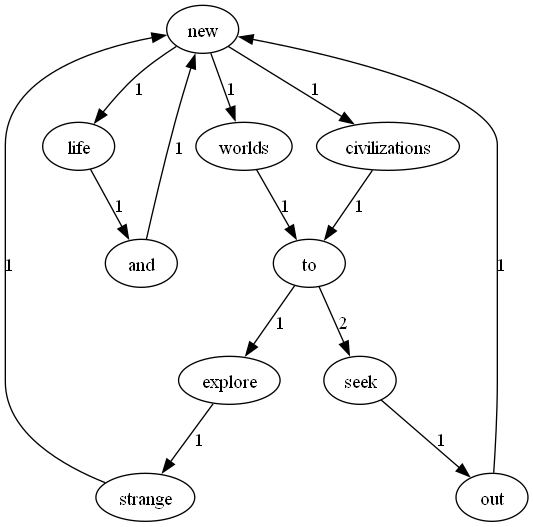
Before: code/directed_graph.png, a diagram exported from Graphviz (liuyuhangyuliu/Lab1-2021113276). Its source is kept beside it as code/directed_graph.dot.
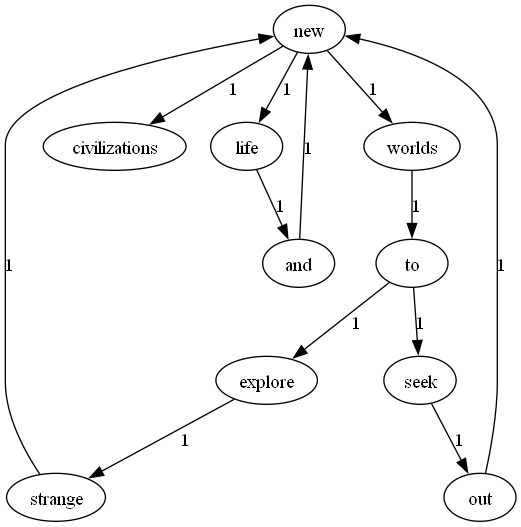
Above is the later version.

What changed in the source:
```diff
@@ -6,8 +6,7 @@
     explore -> strange [label="1"];
     and -> new [label="1"];
     to -> explore [label="1"];
-    to -> seek [label="2"];
-    civilizations -> to [label="1"];
+    to -> seek [label="1"];
     seek -> out [label="1"];
     strange -> new [label="1"];
     life -> and [label="1"];
```
